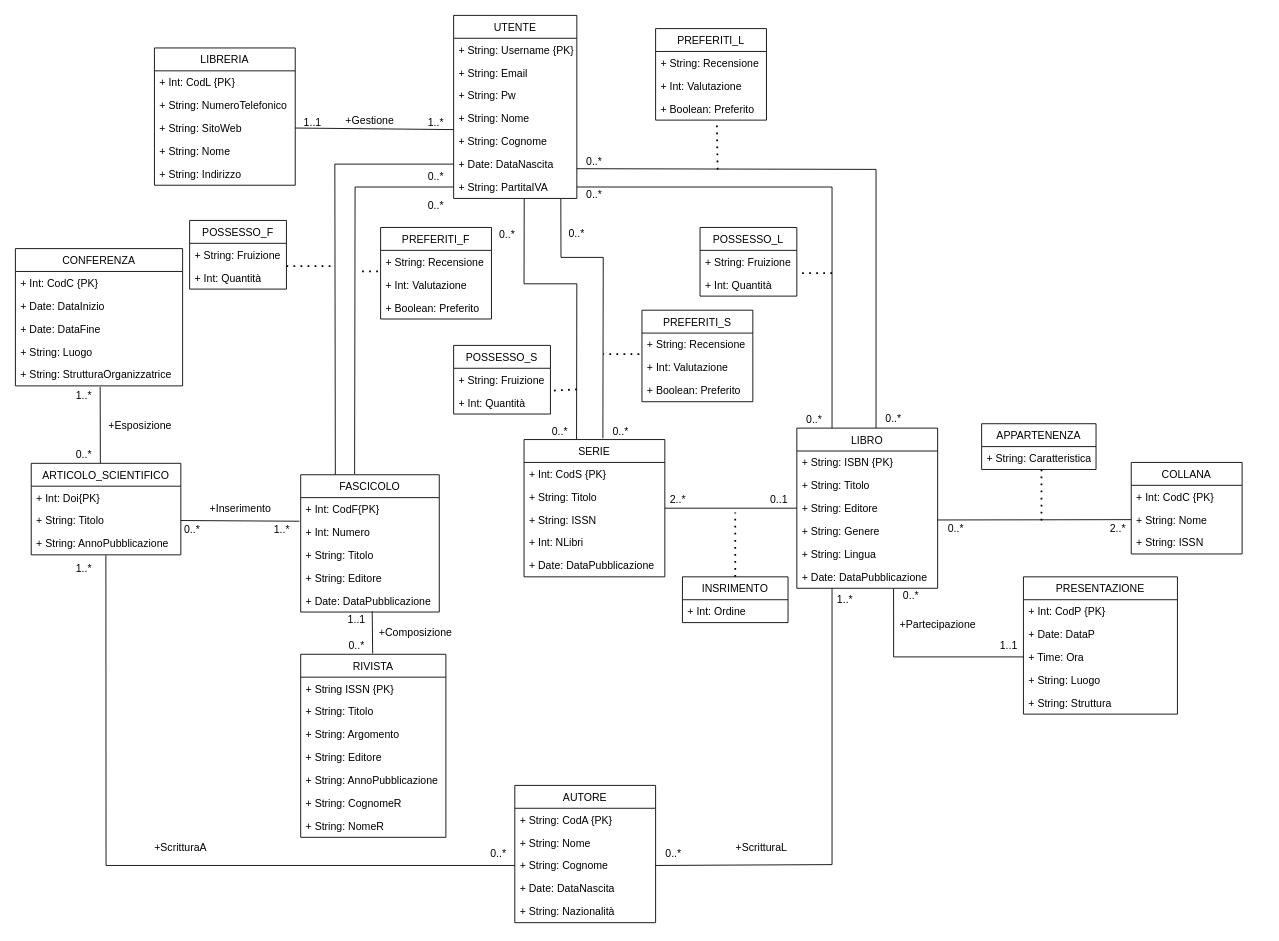
The draw.io diagram DiagrammaUML(ristrutturato).drawio in Giovk/Sistema-di-una-Bibleoteca-Digitale, before the edit. Source tidied: cells renumbered, new cells numbered last; positions are measured from the earlier drawing's top-left corner, leaving out a move shared by most shapes. Both pictures are drawn from the tidied source at 88%, with x=0, y=0 at pixel (15, 15).
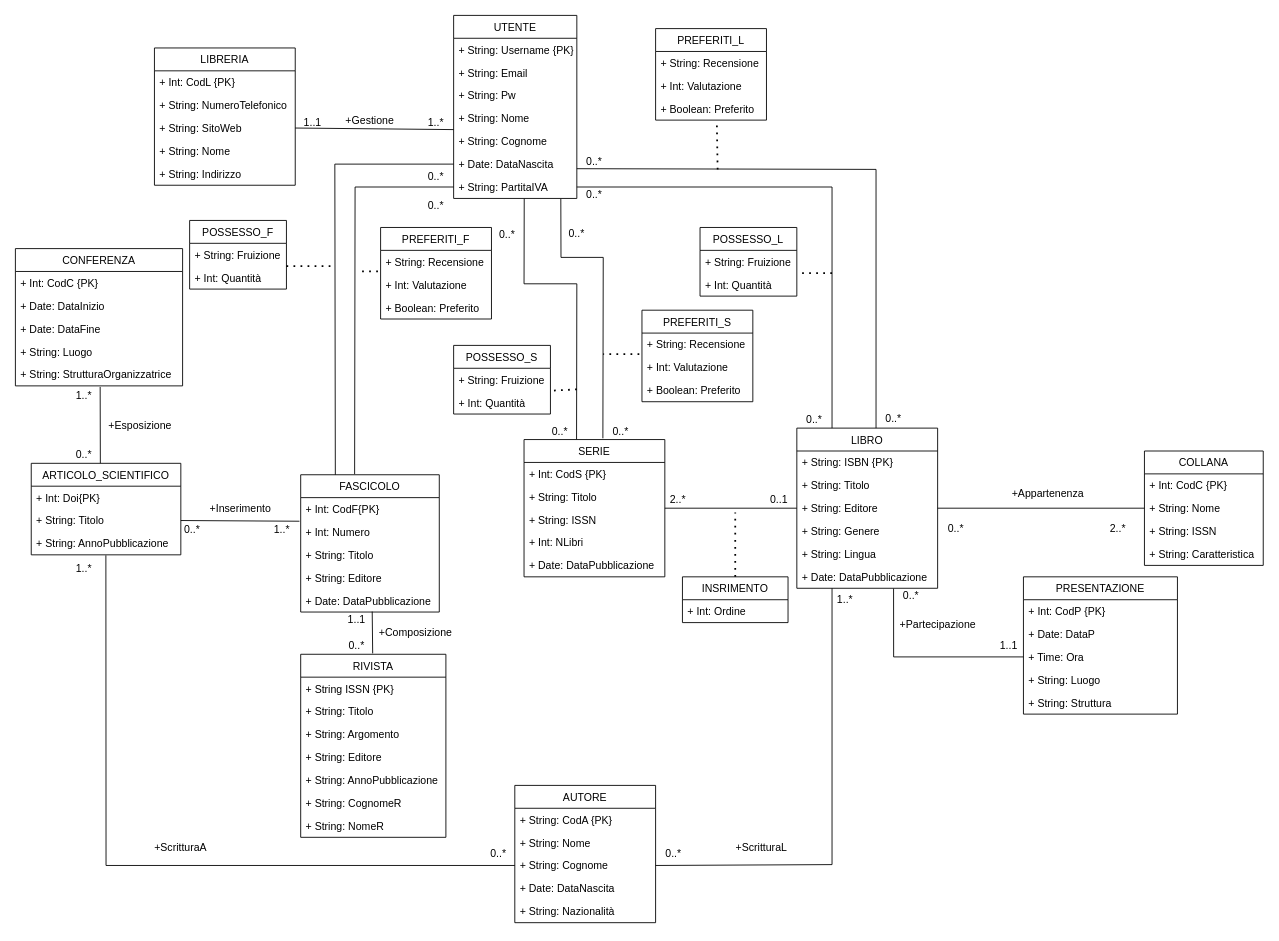
The same diagram, later.

Unchanged cells that the change refers to:
```xml
<mxCell id="66" value="+ String: Editore" style="text;strokeColor=none;fillColor=none;align=left;verticalAlign=top;spacingLeft=4;spacingRight=4;overflow=hidden;points=[[0,0.5],[1,0.5]];portConstraint=eastwest;" parent="63" vertex="1">
  <mxGeometry y="78" width="160" height="26" as="geometry" />
</mxCell>
<mxCell id="67" value="+ String: Genere" style="text;strokeColor=none;fillColor=none;align=left;verticalAlign=top;spacingLeft=4;spacingRight=4;overflow=hidden;points=[[0,0.5],[1,0.5]];portConstraint=eastwest;" parent="63" vertex="1">
  <mxGeometry y="104" width="160" height="26" as="geometry" />
</mxCell>
```

Diff of the diagram source:
```diff
@@
     <mxCell id="85" value="COLLANA" style="swimlane;fontStyle=0;horizontal=1;startSize=26;fillColor=none;" parent="1" vertex="1">
-      <mxGeometry x="1268" y="508" width="126" height="104" as="geometry" />
+      <mxGeometry x="1283" y="495" width="135" height="130" as="geometry" />
     </mxCell>
     <mxCell id="86" value="+ Int: CodC {PK}" style="text;strokeColor=none;fillColor=none;align=left;verticalAlign=top;spacingLeft=4;spacingRight=4;overflow=hidden;" parent="85" vertex="1">
-      <mxGeometry y="26" width="126" height="26" as="geometry" />
+      <mxGeometry y="26" width="135" height="26" as="geometry" />
     </mxCell>
     <mxCell id="87" value="+ String: Nome" style="text;strokeColor=none;fillColor=none;align=left;verticalAlign=top;spacingLeft=4;spacingRight=4;overflow=hidden;points=[[0,0.5],[1,0.5]];portConstraint=eastwest;" parent="85" vertex="1">
-      <mxGeometry y="52" width="126" height="26" as="geometry" />
+      <mxGeometry y="52" width="135" height="26" as="geometry" />
     </mxCell>
     <mxCell id="88" value="+ String: ISSN " style="text;strokeColor=none;fillColor=none;align=left;verticalAlign=top;spacingLeft=4;spacingRight=4;overflow=hidden;" parent="85" vertex="1">
-      <mxGeometry y="78" width="126" height="26" as="geometry" />
+      <mxGeometry y="78" width="135" height="26" as="geometry" />
     </mxCell>
-    <mxCell id="89" value="APPARTENENZA" style="swimlane;fontStyle=0;horizontal=1;startSize=26;fillColor=none;" parent="1" vertex="1">
-      <mxGeometry x="1098" y="464" width="130" height="52" as="geometry" />
-    </mxCell>
-    <mxCell id="90" value="+ String: Caratteristica" style="text;strokeColor=none;fillColor=none;align=left;verticalAlign=top;spacingLeft=4;spacingRight=4;overflow=hidden;" parent="89" vertex="1">
-      <mxGeometry y="26" width="130" height="26" as="geometry" />
+    <mxCell id="90" value="+ String: Caratteristica" style="text;strokeColor=none;fillColor=none;align=left;verticalAlign=top;spacingLeft=4;spacingRight=4;overflow=hidden;" parent="85" vertex="1">
+      <mxGeometry y="104" width="135" height="26" as="geometry" />
     </mxCell>
-    <mxCell id="91" style="endArrow=none;html=1;rounded=0;entryX=0;entryY=0.5;entryDx=0;entryDy=0;exitX=0.998;exitY=0.015;exitDx=0;exitDy=0;exitPerimeter=0;" parent="1" edge="1" source="67" target="87">
+    <mxCell id="91" style="endArrow=none;html=1;rounded=0;entryX=0;entryY=0.5;entryDx=0;entryDy=0;exitX=1;exitY=0.5;exitDx=0;exitDy=0;" parent="1" edge="1" source="66" target="87">
       <mxGeometry relative="1" as="geometry" />
     </mxCell>
-    <mxCell id="92" style="endArrow=none;dashed=1;html=1;dashPattern=1 3;strokeWidth=2;rounded=0;" parent="1" edge="1">
-      <mxGeometry relative="1" as="geometry">
-        <mxPoint x="1166" y="574" as="sourcePoint" />
-        <mxPoint x="1166" y="515" as="targetPoint" />
-      </mxGeometry>
-    </mxCell>
@@
+    <mxCell id="152" value="+Appartenenza" style="text;html=1;strokeColor=none;fillColor=none;align=center;verticalAlign=middle;whiteSpace=wrap;rounded=0;" parent="1" vertex="1">
+      <mxGeometry x="1124" y="529" width="99" height="30" as="geometry" />
+    </mxCell>
```
